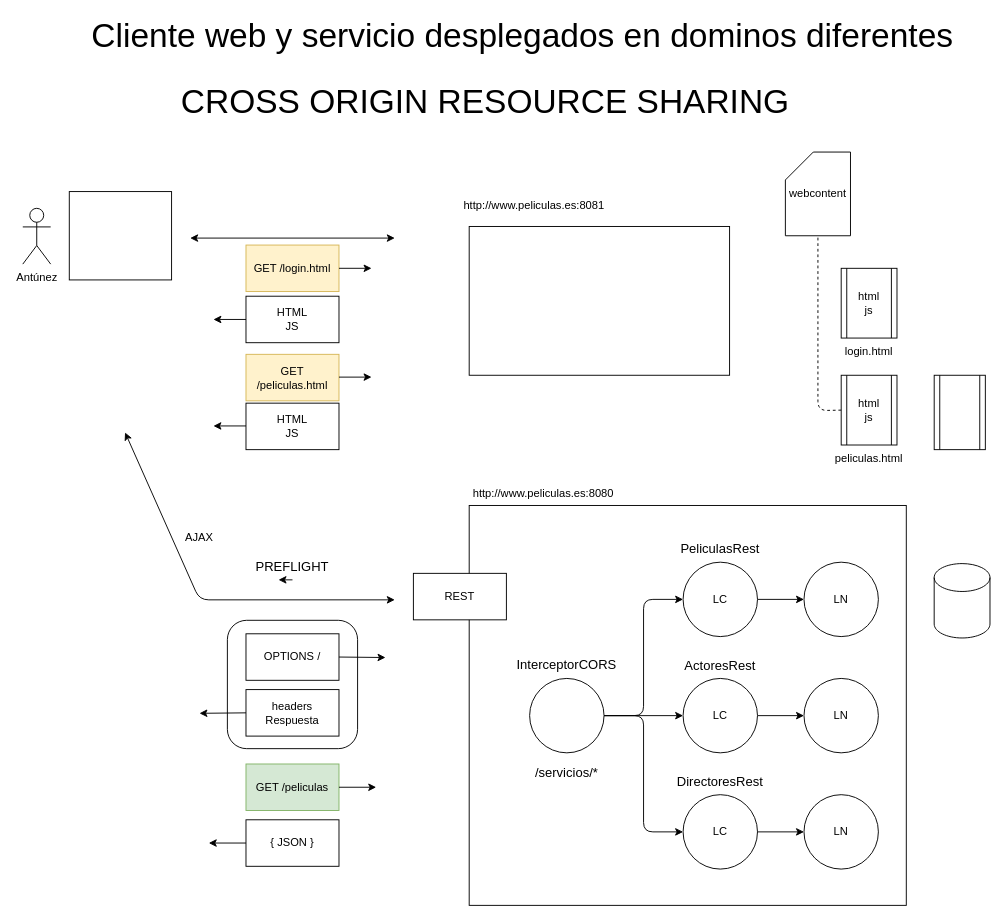
The draw.io diagram page "Página-6" (7 of 28) of seguridad.drawio in lrag/seguridad_java, before the edit. Source tidied: cells renumbered, new cells numbered last; positions are measured from the earlier drawing's top-left corner, leaving out a move shared by most shapes. Both pictures are drawn from the tidied source at 93%, with x=0, y=0 at pixel (22, 21).
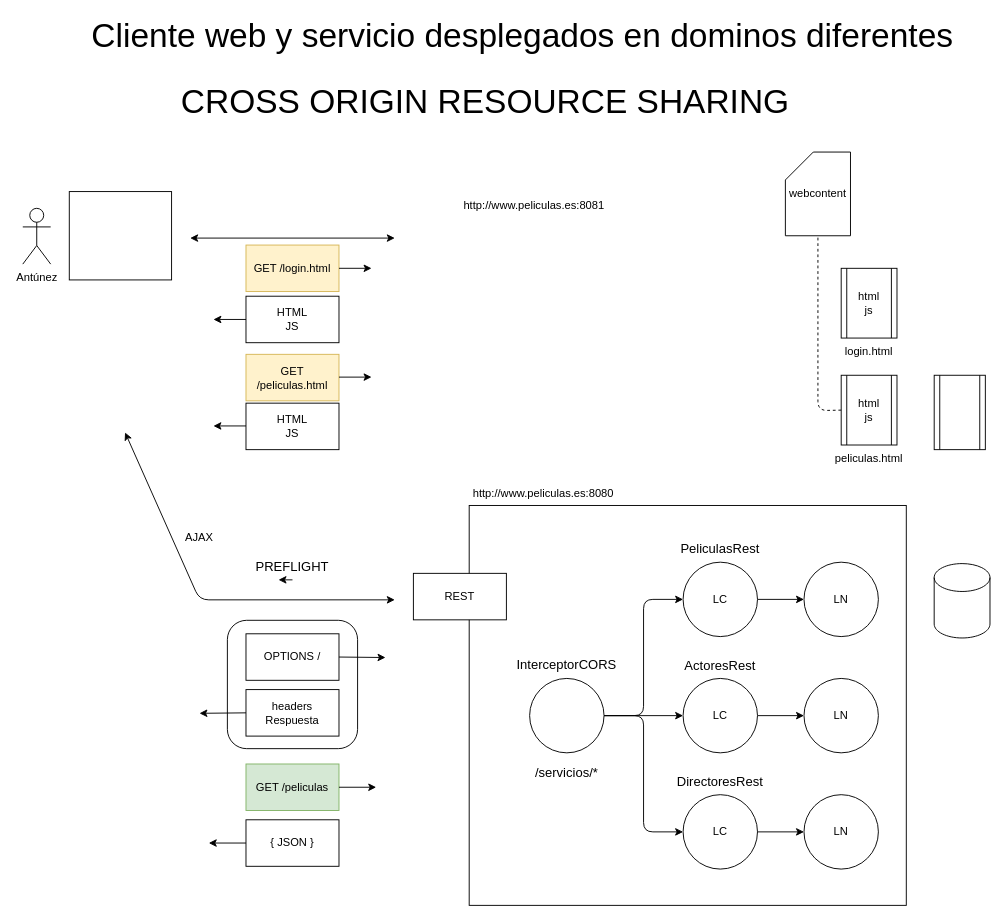
Above is the later version.

Diff of the diagram source:
```diff
@@
-    <mxCell id="4" style="rounded=0;whiteSpace=wrap;html=1;fontSize=36;align=left;" parent="1" vertex="1">
-      <mxGeometry x="480" y="220" width="280" height="160" as="geometry" />
-    </mxCell>
```
